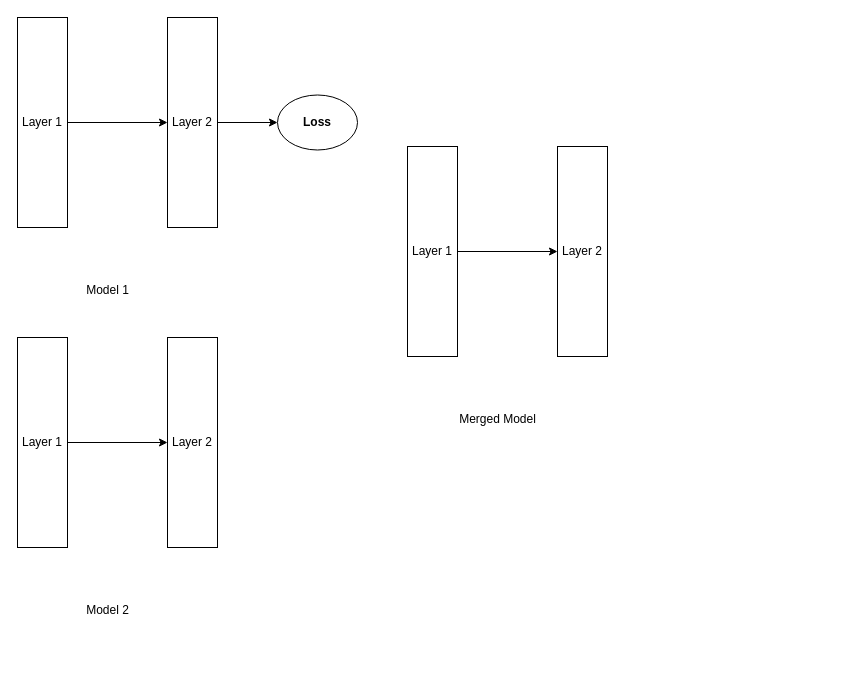
Above: why layerwise fisher recalculation.drawio in babangain/drawio (draw.io), before the change. Source tidied: cells renumbered, new cells numbered last; positions are measured from the earlier drawing's top-left corner, leaving out a move shared by most shapes. Both pictures are drawn from the tidied source at 100%, with x=0, y=0 at pixel (17, 17).
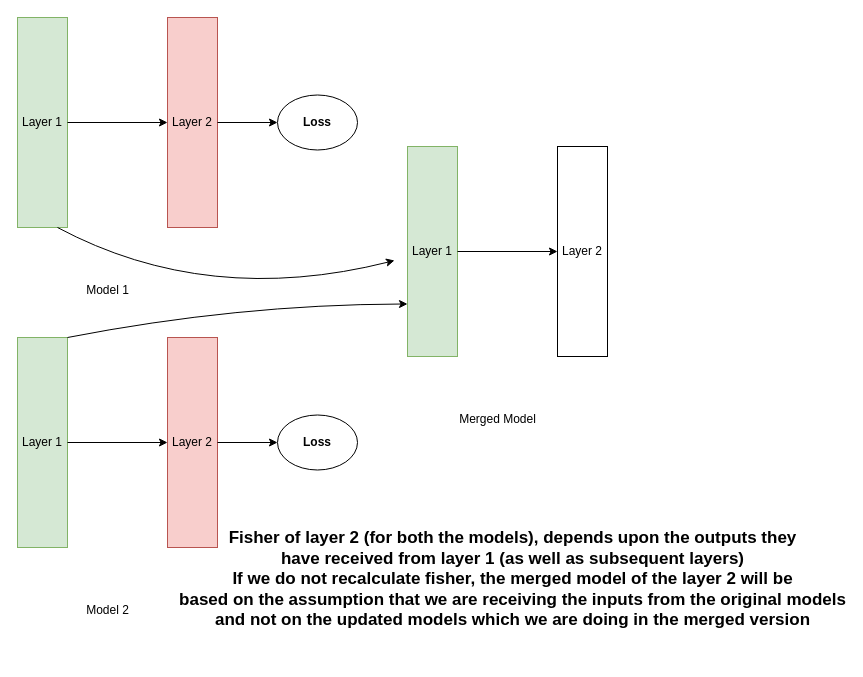
The same page after the edit.

Change to the diagram source:
```diff
@@
-    <mxCell id="2" value="Layer 1" style="rounded=0;whiteSpace=wrap;html=1;" parent="1" vertex="1">
+    <mxCell id="2" value="Layer 1" style="rounded=0;whiteSpace=wrap;html=1;fillColor=#d5e8d4;strokeColor=#82b366;" parent="1" vertex="1">
       <mxGeometry width="50" height="210" as="geometry" />
     </mxCell>
-    <mxCell id="3" value="Layer 2" style="rounded=0;whiteSpace=wrap;html=1;" parent="1" vertex="1">
+    <mxCell id="3" value="Layer 2" style="rounded=0;whiteSpace=wrap;html=1;fillColor=#f8cecc;strokeColor=#b85450;" parent="1" vertex="1">
       <mxGeometry x="150" width="50" height="210" as="geometry" />
     </mxCell>
@@
-    <mxCell id="6" value="Layer 1" style="rounded=0;whiteSpace=wrap;html=1;" parent="1" vertex="1">
+    <mxCell id="6" value="Layer 1" style="rounded=0;whiteSpace=wrap;html=1;fillColor=#d5e8d4;strokeColor=#82b366;" parent="1" vertex="1">
       <mxGeometry y="320" width="50" height="210" as="geometry" />
     </mxCell>
-    <mxCell id="7" value="Layer 2" style="rounded=0;whiteSpace=wrap;html=1;" parent="1" vertex="1">
+    <mxCell id="7" value="Layer 2" style="rounded=0;whiteSpace=wrap;html=1;fillColor=#f8cecc;strokeColor=#b85450;" parent="1" vertex="1">
       <mxGeometry x="150" y="320" width="50" height="210" as="geometry" />
     </mxCell>
@@
-    <mxCell id="10" value="Layer 1" style="rounded=0;whiteSpace=wrap;html=1;" parent="1" vertex="1">
+    <mxCell id="10" value="Layer 1" style="rounded=0;whiteSpace=wrap;html=1;fillColor=#d5e8d4;strokeColor=#82b366;" parent="1" vertex="1">
       <mxGeometry x="390" y="129" width="50" height="210" as="geometry" />
     </mxCell>
@@
+    <mxCell id="16" value="&lt;b&gt;Loss&lt;/b&gt;" style="ellipse;whiteSpace=wrap;html=1;" parent="1" vertex="1">
+      <mxGeometry x="260" y="397.5" width="80" height="55" as="geometry" />
+    </mxCell>
+    <mxCell id="17" style="endArrow=classic;html=1;rounded=0;exitX=1;exitY=0.5;exitDx=0;exitDy=0;" parent="1" edge="1" target="16">
+      <mxGeometry relative="1" as="geometry">
+        <mxPoint x="200" y="425" as="sourcePoint" />
+      </mxGeometry>
+    </mxCell>
+    <mxCell id="18" style="endArrow=classic;html=1;rounded=0;exitX=1;exitY=1;exitDx=0;exitDy=0;entryX=-0.06;entryY=0.543;entryDx=0;entryDy=0;entryPerimeter=0;curved=1;" parent="1" edge="1">
+      <mxGeometry relative="1" as="geometry">
+        <mxPoint x="40" y="210" as="sourcePoint" />
+        <mxPoint x="377" y="243" as="targetPoint" />
+        <Array as="points">
+          <mxPoint x="190" y="290" />
+        </Array>
+      </mxGeometry>
+    </mxCell>
+    <mxCell id="19" style="endArrow=classic;html=1;rounded=0;exitX=1;exitY=0;exitDx=0;exitDy=0;entryX=0;entryY=0.75;entryDx=0;entryDy=0;curved=1;" parent="1" edge="1" source="6" target="10">
+      <mxGeometry relative="1" as="geometry">
+        <Array as="points">
+          <mxPoint x="220" y="287" />
+        </Array>
+      </mxGeometry>
+    </mxCell>
+    <mxCell id="20" value="&lt;div&gt;&lt;font style=&quot;font-size: 17px;&quot;&gt;Fisher of layer 2 (for both the models), depends upon the outputs they&lt;/font&gt;&lt;/div&gt;&lt;div&gt;&lt;font style=&quot;font-size: 17px;&quot;&gt;have received from layer 1 (as well as subsequent layers)&lt;/font&gt;&lt;/div&gt;&lt;div&gt;&lt;font style=&quot;font-size: 17px;&quot;&gt;If we do not recalculate fisher, the merged model of the layer 2 will be&lt;/font&gt;&lt;/div&gt;&lt;div&gt;&lt;font style=&quot;font-size: 17px;&quot;&gt;based on the assumption that we are receiving the inputs from the original models&lt;/font&gt;&lt;/div&gt;&lt;div&gt;&lt;font style=&quot;font-size: 17px;&quot;&gt;and not on the updated models which we are doing in the merged version&lt;/font&gt;&lt;/div&gt;&lt;div&gt;&lt;font style=&quot;font-size: 17px;&quot;&gt;&lt;br&gt;&lt;/font&gt;&lt;/div&gt;" style="text;html=1;align=center;verticalAlign=middle;strokeColor=none;fillColor=none;fontStyle=1;" parent="1" vertex="1">
+      <mxGeometry x="175" y="502" width="640" height="140" as="geometry" />
+    </mxCell>
```
